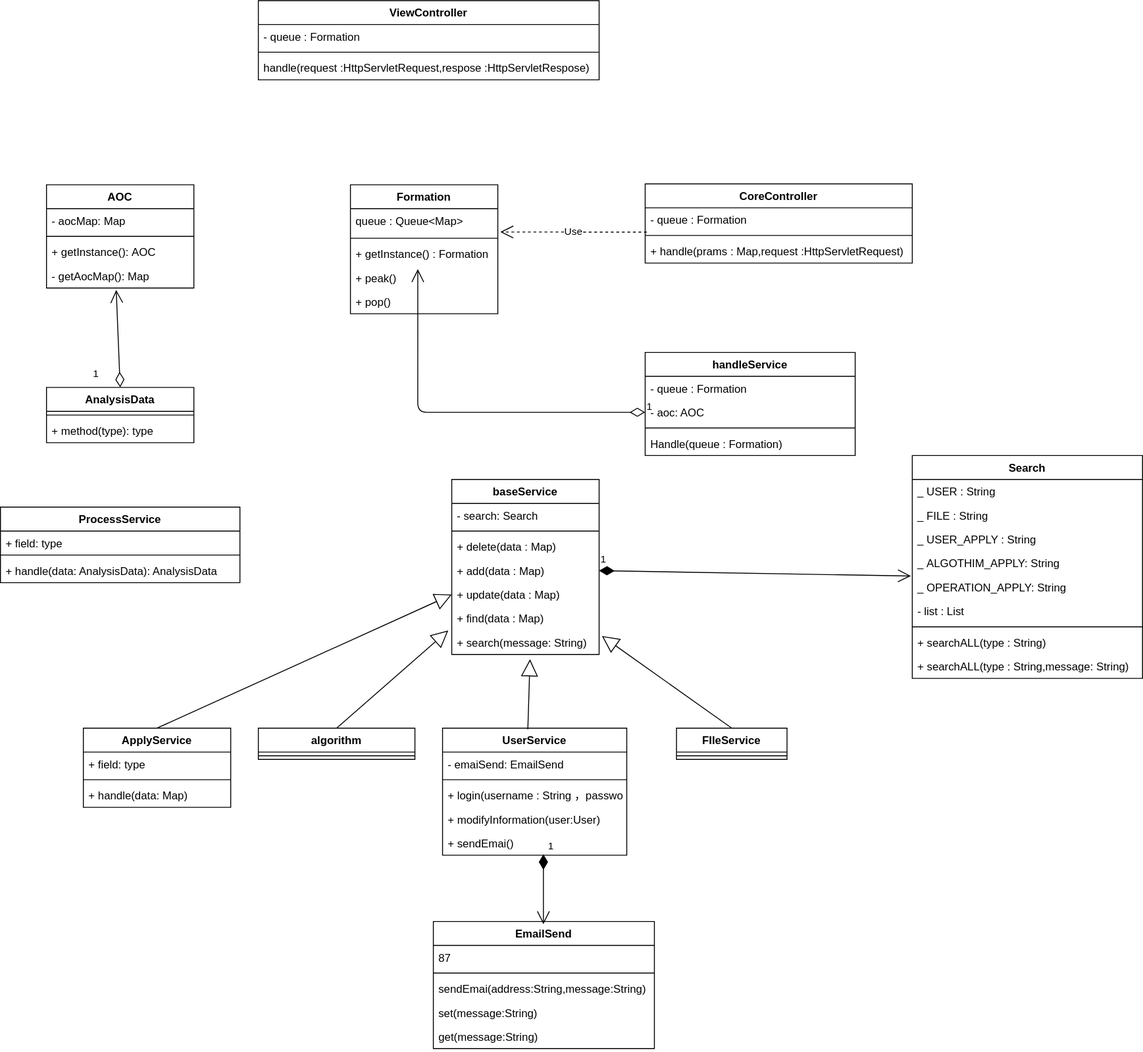
Before: class.svg, a diagram exported from draw.io (JDsen99/UML). Source tidied: cells renumbered, new cells last; positions are measured from the earlier drawing's top-left corner, leaving out a move shared by most shapes.
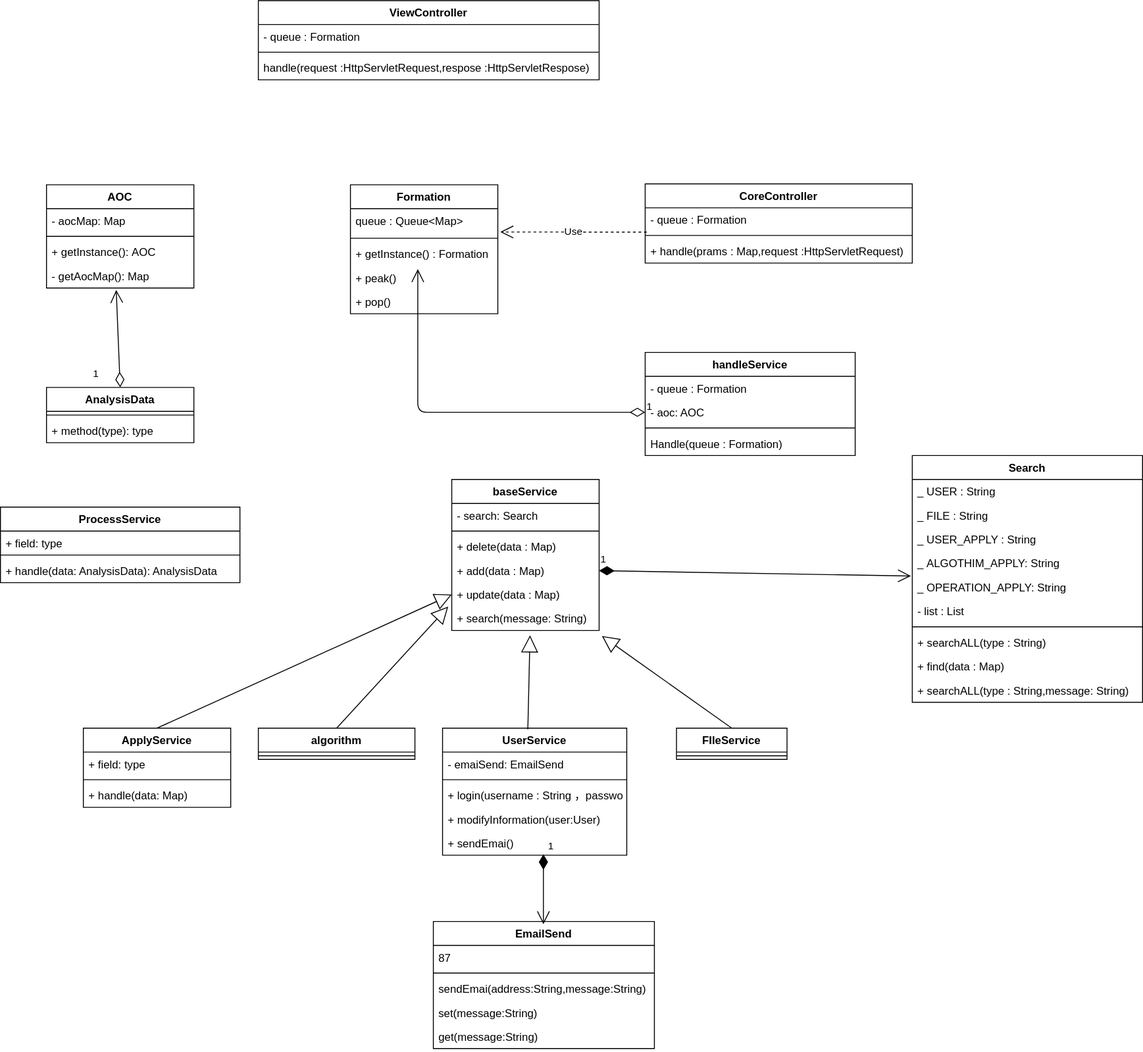
Later version of the same file.

Diff of the diagram source:
```diff
@@ -66,7 +66,7 @@
       <mxGeometry y="112" width="240" height="26" as="geometry" />
     </mxCell>
     <mxCell id="23" value="Search" style="swimlane;fontStyle=1;align=center;verticalAlign=top;horizontal=1;startSize=26;shadow=0;rounded=0;sketch=0;glass=0;" parent="1" vertex="1">
-      <mxGeometry x="990" y="494" width="250" height="242" as="geometry" />
+      <mxGeometry x="990" y="494" width="250" height="268" as="geometry" />
     </mxCell>
     <mxCell id="24" value="_ USER : String" style="text;strokeColor=none;fillColor=none;align=left;verticalAlign=top;spacingLeft=4;spacingRight=4;overflow=hidden;rounded=0;shadow=0;glass=0;sketch=0;" parent="23" vertex="1">
       <mxGeometry y="26" width="250" height="26" as="geometry" />
@@ -92,8 +92,11 @@
     <mxCell id="31" value="+ searchALL(type : String)" style="text;strokeColor=none;fillColor=none;align=left;verticalAlign=top;spacingLeft=4;spacingRight=4;overflow=hidden;" parent="23" vertex="1">
       <mxGeometry y="190" width="250" height="26" as="geometry" />
     </mxCell>
+    <mxCell id="54" value="+ find(data : Map)" style="text;strokeColor=none;fillColor=none;align=left;verticalAlign=top;spacingLeft=4;spacingRight=4;overflow=hidden;points=[[0,0.5],[1,0.5]];portConstraint=eastwest;" parent="23" vertex="1">
+      <mxGeometry y="216" width="250" height="26" as="geometry" />
+    </mxCell>
     <mxCell id="32" value="+ searchALL(type : String,message: String)" style="text;strokeColor=none;fillColor=none;align=left;verticalAlign=top;spacingLeft=4;spacingRight=4;overflow=hidden;" parent="23" vertex="1">
-      <mxGeometry y="216" width="250" height="26" as="geometry" />
+      <mxGeometry y="242" width="250" height="26" as="geometry" />
     </mxCell>
     <mxCell id="33" value="FIleService" style="swimlane;fontStyle=1;align=center;verticalAlign=top;horizontal=1;startSize=26;rounded=0;shadow=0;glass=0;sketch=0;" parent="1" vertex="1">
       <mxGeometry x="734" y="790" width="120" height="34" as="geometry" />
@@ -141,7 +144,7 @@
       <mxGeometry y="86" width="228" height="26" as="geometry" />
     </mxCell>
     <mxCell id="48" value="baseService" style="swimlane;fontStyle=1;align=center;verticalAlign=top;horizontal=1;startSize=26;rounded=0;shadow=0;glass=0;sketch=0;" parent="1" vertex="1">
-      <mxGeometry x="490" y="520" width="160" height="190" as="geometry" />
+      <mxGeometry x="490" y="520" width="160" height="164" as="geometry" />
     </mxCell>
     <mxCell id="49" value="- search: Search" style="text;strokeColor=none;fillColor=none;align=left;verticalAlign=top;spacingLeft=4;spacingRight=4;overflow=hidden;rounded=0;shadow=0;glass=0;sketch=0;" parent="48" vertex="1">
       <mxGeometry y="26" width="160" height="26" as="geometry" />
@@ -158,14 +161,13 @@
     <mxCell id="53" value="+ update(data : Map)" style="text;strokeColor=none;fillColor=none;align=left;verticalAlign=top;spacingLeft=4;spacingRight=4;overflow=hidden;points=[[0,0.5],[1,0.5]];portConstraint=eastwest;" parent="48" vertex="1">
       <mxGeometry y="112" width="160" height="26" as="geometry" />
     </mxCell>
-    <mxCell id="54" value="+ find(data : Map)" style="text;strokeColor=none;fillColor=none;align=left;verticalAlign=top;spacingLeft=4;spacingRight=4;overflow=hidden;points=[[0,0.5],[1,0.5]];portConstraint=eastwest;" parent="48" vertex="1">
-      <mxGeometry y="138" width="160" height="26" as="geometry" />
-    </mxCell>
     <mxCell id="55" value="+ search(message: String)" style="text;strokeColor=none;fillColor=none;align=left;verticalAlign=top;spacingLeft=4;spacingRight=4;overflow=hidden;points=[[0,0.5],[1,0.5]];portConstraint=eastwest;" parent="48" vertex="1">
-      <mxGeometry y="164" width="160" height="26" as="geometry" />
+      <mxGeometry y="138" width="160" height="26" as="geometry" />
     </mxCell>
-    <mxCell id="56" style="endArrow=block;endSize=16;endFill=0;html=1;entryX=1.019;entryY=1.231;entryDx=0;entryDy=0;entryPerimeter=0;exitX=0.5;exitY=0;exitDx=0;exitDy=0;" parent="1" edge="1" source="33" target="54">
-      <mxGeometry relative="1" as="geometry" />
+    <mxCell id="56" style="endArrow=block;endSize=16;endFill=0;html=1;entryX=1.019;entryY=1.231;entryDx=0;entryDy=0;entryPerimeter=0;exitX=0.5;exitY=0;exitDx=0;exitDy=0;" parent="1" edge="1" source="33">
+      <mxGeometry relative="1" as="geometry">
+        <mxPoint x="653" y="690" as="targetPoint" />
+      </mxGeometry>
     </mxCell>
     <mxCell id="57" style="endArrow=block;endSize=16;endFill=0;html=1;exitX=0.463;exitY=0.009;exitDx=0;exitDy=0;exitPerimeter=0;entryX=0.531;entryY=1.2;entryDx=0;entryDy=0;entryPerimeter=0;" parent="1" edge="1" source="35" target="55">
       <mxGeometry relative="1" as="geometry" />
```
